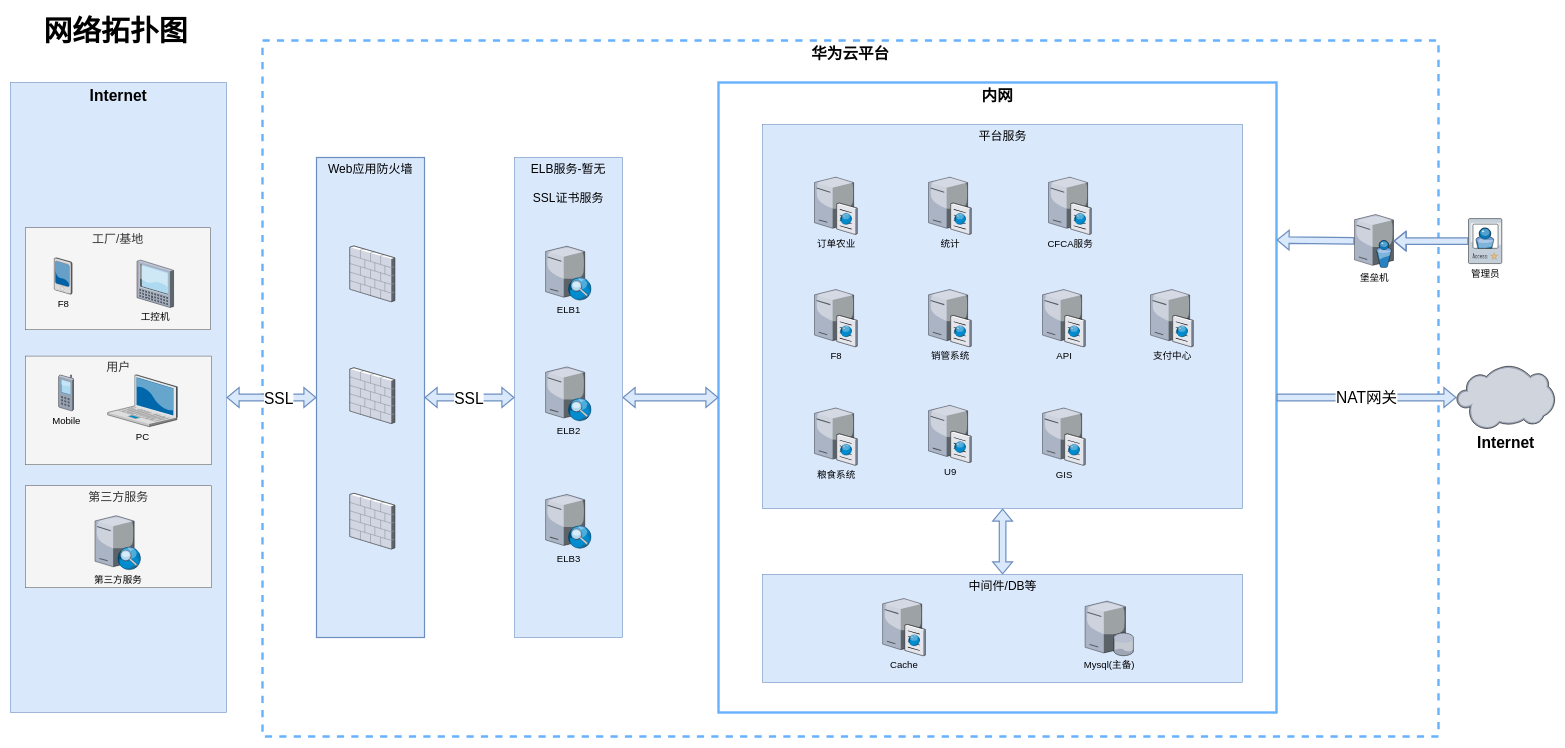
This is draw.io/网络拓扑.drawio from zhaoshg/markdowns, a draw.io file, before an edit. Source tidied: cells renumbered, new cells numbered last; positions are measured from the earlier drawing's top-left corner, leaving out a move shared by most shapes. Both pictures are drawn from the tidied source at 60%, with x=0, y=0 at pixel (10, 10).
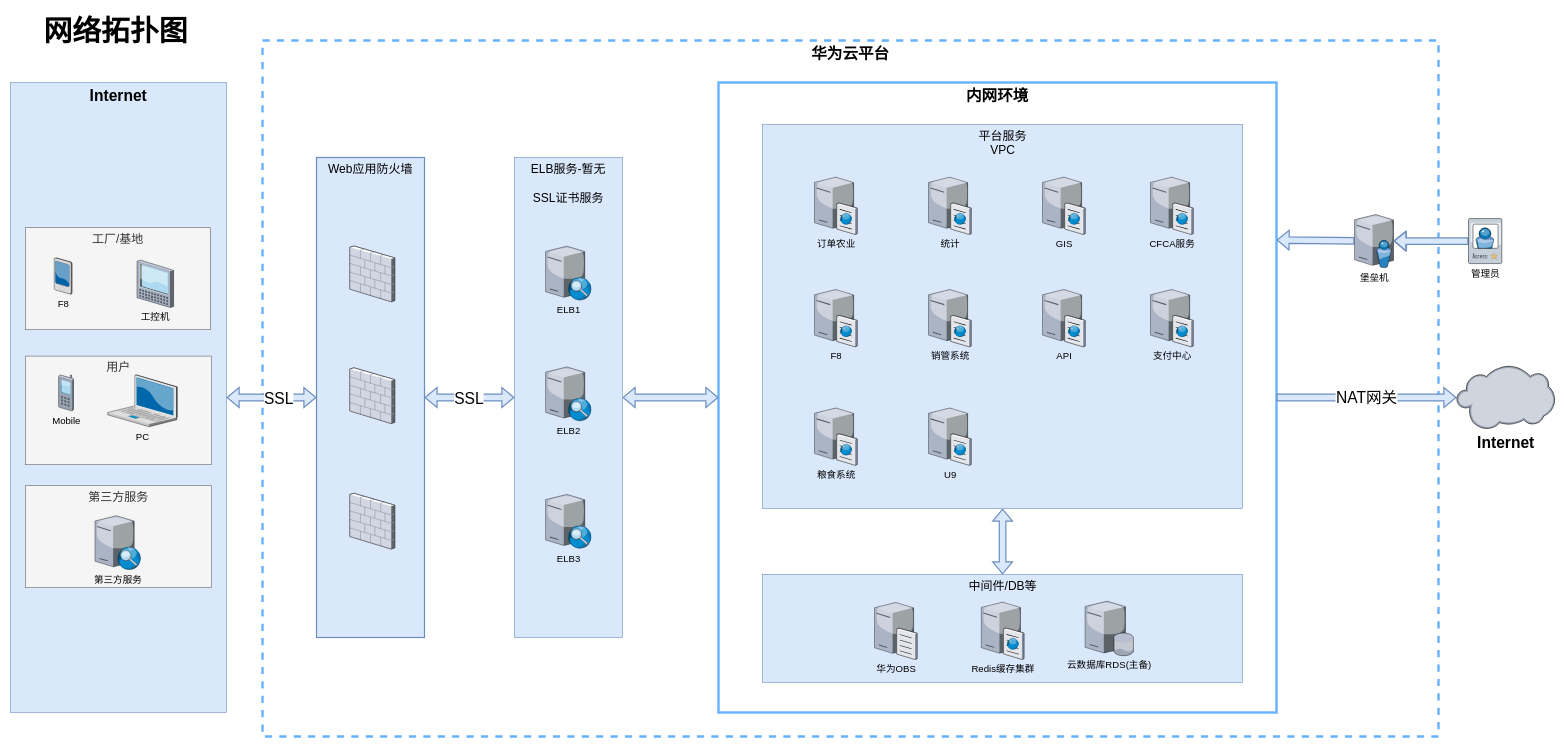
After the change.

Diff of the diagram source:
```diff
@@
-    <mxCell id="3" value="&lt;span style=&quot;font-size: 26px;&quot;&gt;内网&lt;/span&gt;" style="whiteSpace=wrap;html=1;fontSize=20;verticalAlign=top;fillColor=none;strokeWidth=4;strokeColor=#66B2FF;fontStyle=1;" parent="1" vertex="1">
+    <mxCell id="3" value="&lt;span style=&quot;font-size: 26px;&quot;&gt;内网环境&lt;/span&gt;" style="whiteSpace=wrap;html=1;fontSize=20;verticalAlign=top;fillColor=none;strokeWidth=4;strokeColor=#66B2FF;fontStyle=1;" parent="1" vertex="1">
       <mxGeometry x="1180" y="120" width="930" height="1050" as="geometry" />
     </mxCell>
@@
-    <mxCell id="14" value="平台服务" style="whiteSpace=wrap;html=1;fillColor=#dae8fc;fontSize=20;strokeColor=#6c8ebf;verticalAlign=top;" parent="1" vertex="1">
+    <mxCell id="14" value="平台服务&lt;br&gt;VPC" style="whiteSpace=wrap;html=1;fillColor=#dae8fc;fontSize=20;strokeColor=#6c8ebf;verticalAlign=top;" parent="1" vertex="1">
       <mxGeometry x="1253.5" y="190" width="800" height="640" as="geometry" />
     </mxCell>
@@
-    <mxCell id="29" value="CFCA服务" style="verticalLabelPosition=bottom;html=1;verticalAlign=top;strokeColor=none;shape=mxgraph.citrix.cache_server;fillColor=#66B2FF;gradientColor=#0066CC;fontSize=16;labelPosition=center;align=center;" parent="1" vertex="1">
-      <mxGeometry x="1730" y="275.5" width="71" height="97.5" as="geometry" />
+    <mxCell id="29" value="CFCA服务" style="verticalLabelPosition=bottom;html=1;verticalAlign=top;strokeColor=#d6b656;shape=mxgraph.citrix.cache_server;fillColor=#fff2cc;fontSize=16;labelPosition=center;align=center;" parent="1" vertex="1">
+      <mxGeometry x="1900" y="275.5" width="71" height="97.5" as="geometry" />
     </mxCell>
@@
     <mxCell id="33" value="U9" style="verticalLabelPosition=bottom;html=1;verticalAlign=top;strokeColor=none;shape=mxgraph.citrix.cache_server;fillColor=#66B2FF;gradientColor=#0066CC;fontSize=16;labelPosition=center;align=center;" parent="1" vertex="1">
-      <mxGeometry x="1530" y="655.8" width="71" height="97.5" as="geometry" />
+      <mxGeometry x="1530" y="660.2" width="71" height="97.5" as="geometry" />
     </mxCell>
     <mxCell id="34" value="GIS" style="verticalLabelPosition=bottom;html=1;verticalAlign=top;strokeColor=none;shape=mxgraph.citrix.cache_server;fillColor=#66B2FF;gradientColor=#0066CC;fontSize=16;labelPosition=center;align=center;" parent="1" vertex="1">
-      <mxGeometry x="1720" y="660.2" width="71" height="97.5" as="geometry" />
+      <mxGeometry x="1720" y="275.5" width="71" height="97.5" as="geometry" />
     </mxCell>
-    <mxCell id="35" value="Mysql(主备)" style="verticalLabelPosition=bottom;sketch=0;html=1;verticalAlign=top;strokeColor=none;align=center;shape=mxgraph.citrix.database_server;fontSize=16;" parent="1" vertex="1">
+    <mxCell id="35" value="云数据库RDS(主备)" style="verticalLabelPosition=bottom;sketch=0;html=1;verticalAlign=top;strokeColor=none;align=center;shape=mxgraph.citrix.database_server;fontSize=16;" parent="1" vertex="1">
       <mxGeometry x="1791" y="984.4" width="80.8" height="90.9" as="geometry" />
     </mxCell>
@@
-    <mxCell id="38" value="Cache" style="verticalLabelPosition=bottom;sketch=0;html=1;verticalAlign=top;strokeColor=none;align=center;shape=mxgraph.citrix.cache_server;fontSize=16;" parent="1" vertex="1">
-      <mxGeometry x="1453.5" y="977.8" width="71" height="97.5" as="geometry" />
+    <mxCell id="38" value="Redis缓存集群" style="verticalLabelPosition=bottom;sketch=0;html=1;verticalAlign=top;strokeColor=none;align=center;shape=mxgraph.citrix.cache_server;fontSize=16;" parent="1" vertex="1">
+      <mxGeometry x="1618" y="983.8" width="71" height="97.5" as="geometry" />
     </mxCell>
@@
+    <mxCell id="49" value="华为OBS" style="verticalLabelPosition=bottom;sketch=0;html=1;verticalAlign=top;strokeColor=none;align=center;shape=mxgraph.citrix.file_server;fontSize=16;" parent="1" vertex="1">
+      <mxGeometry x="1440" y="984.4" width="71" height="97" as="geometry" />
+    </mxCell>
```
